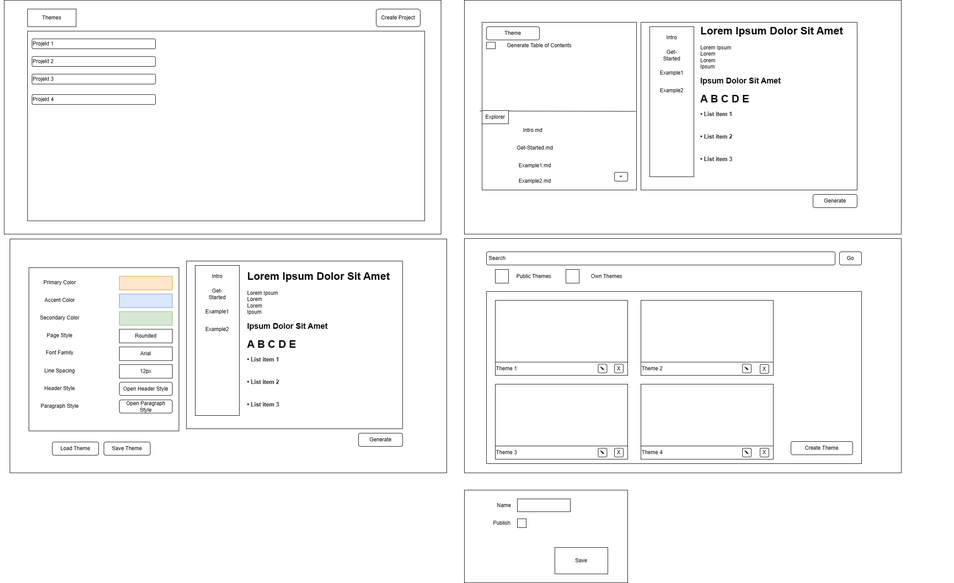
This is docs/Pflichtenheft/MockUp.png from 2324-3bhif-teaching/StaticSiteGenerator, a draw.io export, as it was before one commit. Source tidied: cells renumbered, new cells last; positions are measured from the earlier drawing's top-left corner, leaving out a move shared by most shapes.
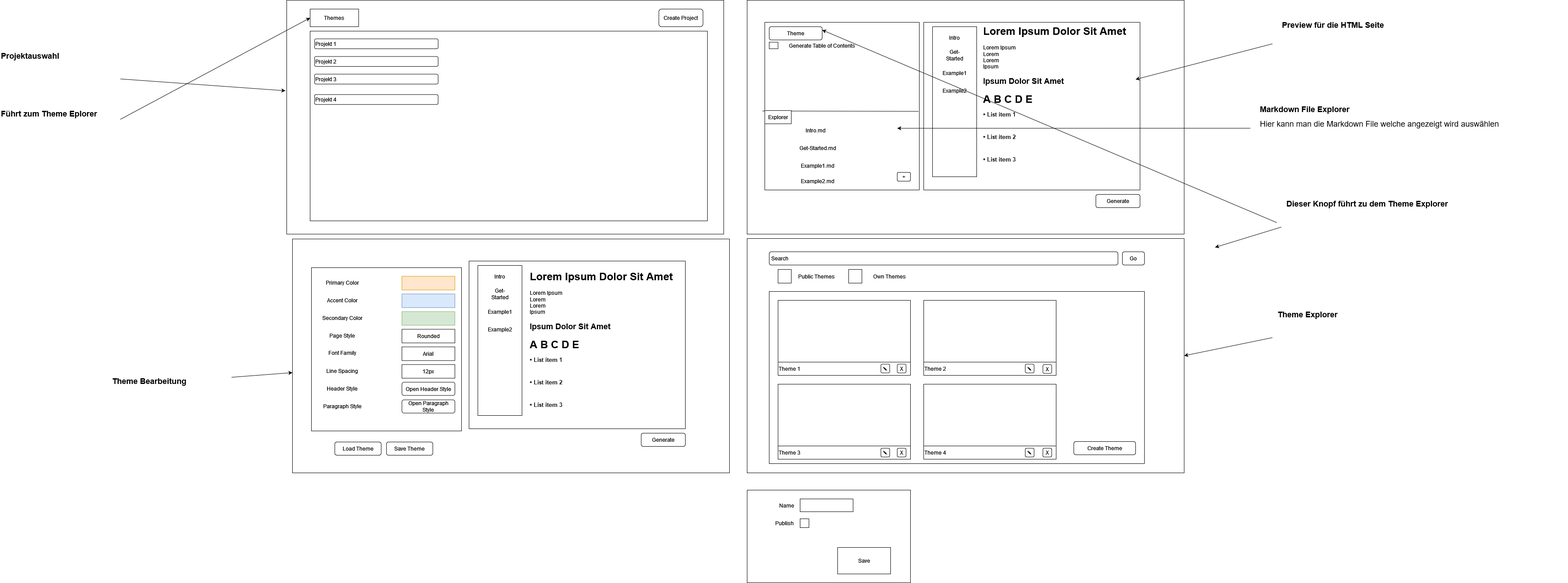
Later version of the same file.

Commit message:
added newest MockUps

What changed in the source:
```diff
@@ -15,7 +15,7 @@
       <mxGeometry x="1452" y="50" width="490" height="380" as="geometry" />
     </mxCell>
     <mxCell id="6" value="&lt;h1&gt;Lorem Ipsum Dolor Sit Amet&lt;/h1&gt;&lt;div&gt;Lorem Ipsum&lt;/div&gt;&lt;div&gt;Lorem&lt;/div&gt;&lt;div&gt;Lorem&lt;/div&gt;&lt;div&gt;Ipsum&lt;/div&gt;&lt;div&gt;&lt;br&gt;&lt;/div&gt;&lt;div&gt;&lt;font size=&quot;1&quot; style=&quot;&quot;&gt;&lt;b style=&quot;font-size: 18px;&quot;&gt;Ipsum Dolor Sit Amet&lt;/b&gt;&lt;/font&gt;&lt;/div&gt;&lt;div style=&quot;font-size: 13px;&quot;&gt;&lt;font style=&quot;font-size: 13px;&quot;&gt;&lt;b style=&quot;&quot;&gt;&lt;br&gt;&lt;/b&gt;&lt;/font&gt;&lt;/div&gt;&lt;div style=&quot;&quot;&gt;&lt;font size=&quot;1&quot; style=&quot;&quot;&gt;&lt;b style=&quot;font-size: 24px;&quot;&gt;A B C D E&lt;/b&gt;&lt;/font&gt;&lt;/div&gt;&lt;div style=&quot;font-size: 13px;&quot;&gt;&lt;h1 style=&quot;padding: 0px 0px 20px; margin: 0px; outline: 0px; box-sizing: border-box; font-family: Arial, Helvetica, sans-serif; line-height: 1.2; color: rgb(37, 37, 40); background-color: rgb(255, 255, 255);&quot; class=&quot;article__title&quot;&gt;&lt;font style=&quot;font-size: 13px;&quot;&gt;• List item 1&lt;/font&gt;&lt;/h1&gt;&lt;h1 style=&quot;padding: 0px 0px 20px; margin: 0px; outline: 0px; box-sizing: border-box; font-family: Arial, Helvetica, sans-serif; line-height: 1.2; color: rgb(37, 37, 40); background-color: rgb(255, 255, 255);&quot; class=&quot;article__title&quot;&gt;&lt;font style=&quot;font-size: 13px;&quot;&gt;• List item 2&lt;/font&gt;&lt;/h1&gt;&lt;div style=&quot;&quot;&gt;&lt;font style=&quot;font-size: 13px;&quot;&gt;&lt;div style=&quot;border-color: var(--border-color);&quot;&gt;&lt;h1 style=&quot;border-color: var(--border-color); padding: 0px 0px 20px; margin: 0px; outline: 0px; box-sizing: border-box; font-family: Arial, Helvetica, sans-serif; line-height: 1.2; color: rgb(37, 37, 40); background-color: rgb(255, 255, 255);&quot; class=&quot;article__title&quot;&gt;&lt;font style=&quot;border-color: var(--border-color); font-size: 13px;&quot;&gt;• List item 3&lt;/font&gt;&lt;/h1&gt;&lt;div style=&quot;&quot;&gt;&lt;font style=&quot;border-color: var(--border-color); font-size: 13px;&quot;&gt;&lt;div style=&quot;border-color: var(--border-color);&quot;&gt;&lt;h1 style=&quot;border-color: var(--border-color); padding: 0px 0px 20px; margin: 0px; outline: 0px; box-sizing: border-box; font-family: Arial, Helvetica, sans-serif; line-height: 1.2; color: rgb(37, 37, 40); background-color: rgb(255, 255, 255);&quot; class=&quot;article__title&quot;&gt;&lt;font style=&quot;border-color: var(--border-color); font-size: 13px;&quot;&gt;• List item 4&lt;/font&gt;&lt;/h1&gt;&lt;div style=&quot;font-size: 12px;&quot;&gt;&lt;font style=&quot;border-color: var(--border-color); font-size: 15px;&quot;&gt;&lt;br&gt;&lt;/font&gt;&lt;/div&gt;&lt;/div&gt;&lt;/font&gt;&lt;/div&gt;&lt;div style=&quot;font-size: 12px;&quot;&gt;&lt;font style=&quot;border-color: var(--border-color); font-size: 15px;&quot;&gt;&lt;br&gt;&lt;/font&gt;&lt;/div&gt;&lt;/div&gt;&lt;/font&gt;&lt;/div&gt;&lt;/div&gt;&lt;div style=&quot;font-size: 13px;&quot;&gt;&lt;font style=&quot;font-size: 13px;&quot;&gt;&lt;div style=&quot;border-color: var(--border-color);&quot;&gt;&lt;div&gt;&lt;font style=&quot;border-color: var(--border-color); font-size: 13px;&quot;&gt;&lt;br&gt;&lt;/font&gt;&lt;/div&gt;&lt;/div&gt;&lt;/font&gt;&lt;/div&gt;" style="text;html=1;spacing=5;spacingTop=-20;whiteSpace=wrap;overflow=hidden;rounded=0;" parent="1" vertex="1">
-      <mxGeometry x="1582" y="50" width="580" height="350" as="geometry" />
+      <mxGeometry x="1582" y="50" width="350" height="350" as="geometry" />
     </mxCell>
     <mxCell id="7" style="rounded=0;whiteSpace=wrap;html=1;" parent="1" vertex="1">
       <mxGeometry x="1472" y="60" width="100" height="340" as="geometry" />
@@ -269,5 +269,61 @@
     <mxCell id="90" value="✎" style="rounded=1;whiteSpace=wrap;html=1;" parent="1" vertex="1">
       <mxGeometry x="1682" y="1015" width="20" height="20" as="geometry" />
     </mxCell>
+    <mxCell id="91" value="&lt;h1 style=&quot;margin-top: 0px; font-size: 18px;&quot;&gt;&lt;font style=&quot;font-size: 18px;&quot;&gt;Markdown File Explorer&lt;/font&gt;&lt;/h1&gt;&lt;div style=&quot;font-size: 18px;&quot;&gt;&lt;font style=&quot;font-size: 18px;&quot;&gt;Hier kann man die Markdown File welche angezeigt wird auswählen&lt;/font&gt;&lt;/div&gt;" style="text;html=1;whiteSpace=wrap;overflow=hidden;rounded=0;" parent="1" vertex="1">
+      <mxGeometry x="2212" y="230" width="640" height="120" as="geometry" />
+    </mxCell>
+    <mxCell id="92" style="endArrow=classic;html=1;rounded=0;entryX=0.857;entryY=0.632;entryDx=0;entryDy=0;entryPerimeter=0;" parent="1" edge="1" target="25">
+      <mxGeometry relative="1" as="geometry">
+        <mxPoint x="2192" y="290" as="sourcePoint" />
+      </mxGeometry>
+    </mxCell>
+    <mxCell id="93" value="&lt;h1 style=&quot;margin-top: 0px; font-size: 18px;&quot;&gt;Preview für die HTML Seite&lt;/h1&gt;" style="text;html=1;whiteSpace=wrap;overflow=hidden;rounded=0;" parent="1" vertex="1">
+      <mxGeometry x="2262" y="38.8" width="640" height="120" as="geometry" />
+    </mxCell>
+    <mxCell id="94" style="endArrow=classic;html=1;rounded=0;" parent="1" edge="1" target="6">
+      <mxGeometry relative="1" as="geometry">
+        <mxPoint x="2242" y="98.8" as="sourcePoint" />
+      </mxGeometry>
+    </mxCell>
+    <mxCell id="95" value="&lt;h1 style=&quot;margin-top: 0px; font-size: 18px;&quot;&gt;Dieser Knopf führt zu dem Theme Explorer&lt;/h1&gt;" style="text;html=1;whiteSpace=wrap;overflow=hidden;rounded=0;" parent="1" vertex="1">
+      <mxGeometry x="2272" y="444" width="640" height="120" as="geometry" />
+    </mxCell>
+    <mxCell id="96" style="endArrow=classic;html=1;rounded=0;entryX=1;entryY=0.25;entryDx=0;entryDy=0;" parent="1" edge="1" target="27">
+      <mxGeometry relative="1" as="geometry">
+        <mxPoint x="2252" y="504" as="sourcePoint" />
+      </mxGeometry>
+    </mxCell>
+    <mxCell id="97" style="endArrow=classic;html=1;rounded=0;" parent="1" edge="1">
+      <mxGeometry relative="1" as="geometry">
+        <mxPoint x="2262" y="514" as="sourcePoint" />
+        <mxPoint x="2112" y="560" as="targetPoint" />
+      </mxGeometry>
+    </mxCell>
+    <mxCell id="98" value="&lt;h1 style=&quot;margin-top: 0px; font-size: 18px;&quot;&gt;Projektauswahl&lt;/h1&gt;" style="text;html=1;whiteSpace=wrap;overflow=hidden;rounded=0;" parent="1" vertex="1">
+      <mxGeometry x="-640" y="108.6" width="272" height="120" as="geometry" />
+    </mxCell>
+    <mxCell id="99" style="endArrow=classic;html=1;rounded=0;entryX=-0.003;entryY=0.387;entryDx=0;entryDy=0;entryPerimeter=0;" parent="1" edge="1" source="98" target="37">
+      <mxGeometry relative="1" as="geometry" />
+    </mxCell>
+    <mxCell id="100" value="&lt;h1 style=&quot;margin-top: 0px; font-size: 18px;&quot;&gt;Führt zum Theme Eplorer&lt;/h1&gt;" style="text;html=1;whiteSpace=wrap;overflow=hidden;rounded=0;" parent="1" vertex="1">
+      <mxGeometry x="-640" y="240" width="272" height="120" as="geometry" />
+    </mxCell>
+    <mxCell id="101" style="endArrow=classic;html=1;rounded=0;entryX=0;entryY=0.5;entryDx=0;entryDy=0;exitX=1;exitY=0.25;exitDx=0;exitDy=0;" parent="1" edge="1" source="100" target="82">
+      <mxGeometry relative="1" as="geometry" />
+    </mxCell>
+    <mxCell id="102" value="&lt;h1 style=&quot;margin-top: 0px; font-size: 18px;&quot;&gt;Theme Explorer&lt;/h1&gt;" style="text;html=1;whiteSpace=wrap;overflow=hidden;rounded=0;" parent="1" vertex="1">
+      <mxGeometry x="2252" y="694.5" width="640" height="120" as="geometry" />
+    </mxCell>
+    <mxCell id="103" style="endArrow=classic;html=1;rounded=0;entryX=1;entryY=0.5;entryDx=0;entryDy=0;" parent="1" edge="1" target="12">
+      <mxGeometry relative="1" as="geometry">
+        <mxPoint x="2242" y="764.5" as="sourcePoint" />
+      </mxGeometry>
+    </mxCell>
+    <mxCell id="104" value="&lt;h1 style=&quot;margin-top: 0px; font-size: 18px;&quot;&gt;Theme Bearbeitung&lt;/h1&gt;" style="text;html=1;whiteSpace=wrap;overflow=hidden;rounded=0;" parent="1" vertex="1">
+      <mxGeometry x="-388" y="845.5" width="272" height="35.5" as="geometry" />
+    </mxCell>
+    <mxCell id="105" style="endArrow=classic;html=1;rounded=0;exitX=1;exitY=0.25;exitDx=0;exitDy=0;" parent="1" edge="1" source="104" target="34">
+      <mxGeometry relative="1" as="geometry" />
+    </mxCell>
   </root>
 </mxGraphModel>
```
